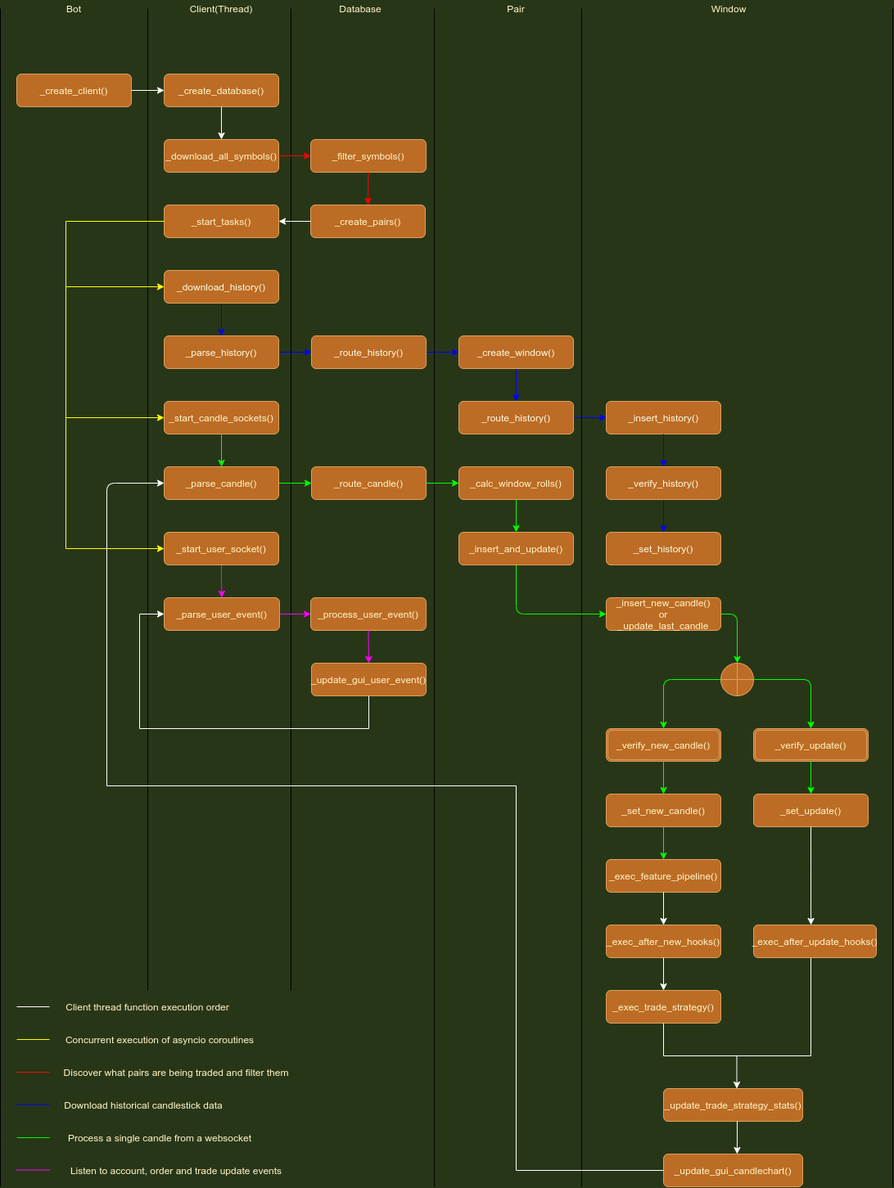
The draw.io diagram docs/bbot_internals.png in TvanMeer/bbot, before a commit. Source tidied: cells renumbered, new cells last; positions are measured from the earlier drawing's top-left corner, leaving out a move shared by most shapes.
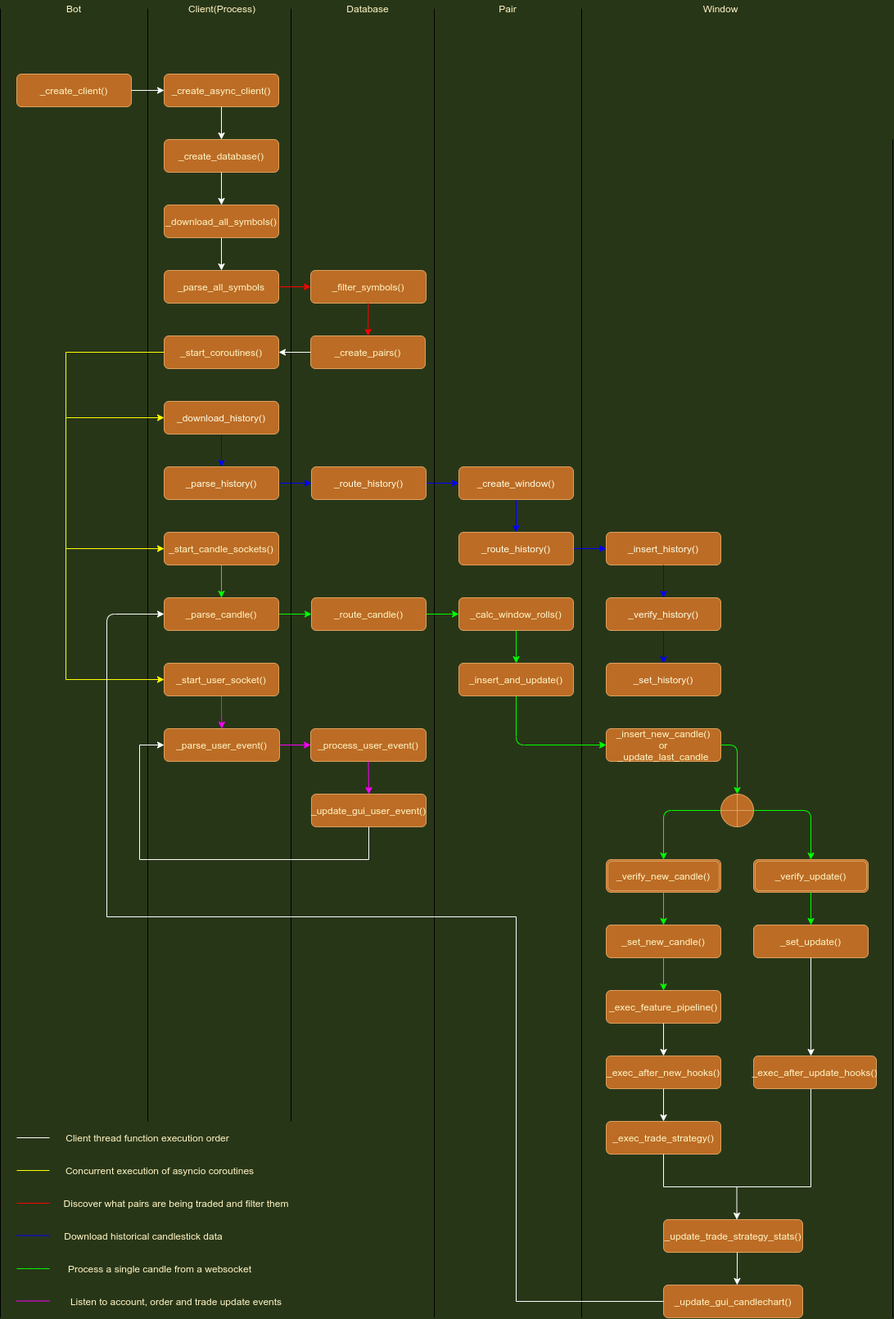
The same file after the commit.

What changed in the source:
```diff
@@ -48,31 +48,31 @@
       <mxGeometry relative="1" as="geometry" />
     </mxCell>
     <mxCell id="17" style="line;strokeWidth=1;direction=south;html=1;perimeter=backbonePerimeter;rounded=0;sketch=0;fontColor=#FEFAE0;fillColor=#BC6C25;" parent="1" vertex="1">
-      <mxGeometry x="350" y="10" width="10" height="1200" as="geometry" />
+      <mxGeometry x="350" y="-150" width="10" height="1360" as="geometry" />
     </mxCell>
     <mxCell id="18" style="endArrow=none;html=1;fontColor=#FEFAE0;fillColor=#BC6C25;" parent="1" edge="1">
       <mxGeometry relative="1" as="geometry">
         <mxPoint x="530" y="1450" as="sourcePoint" />
-        <mxPoint x="530" y="10" as="targetPoint" />
+        <mxPoint x="530" y="-150" as="targetPoint" />
       </mxGeometry>
     </mxCell>
     <mxCell id="19" style="endArrow=none;html=1;fontColor=#FEFAE0;strokeColor=#000000;fillColor=#BC6C25;" parent="1" edge="1">
       <mxGeometry relative="1" as="geometry">
         <mxPoint x="710" y="1450" as="sourcePoint" />
-        <mxPoint x="710" y="10" as="targetPoint" />
+        <mxPoint x="710" y="-150" as="targetPoint" />
       </mxGeometry>
     </mxCell>
-    <mxCell id="20" value="Client(Thread)" style="text;html=1;strokeColor=none;fillColor=none;align=center;verticalAlign=middle;whiteSpace=wrap;rounded=0;sketch=0;labelBackgroundColor=none;fontColor=#FFF4C3;strokeWidth=1;" parent="1" vertex="1">
-      <mxGeometry x="250" width="40" height="20" as="geometry" />
+    <mxCell id="20" value="Client(Process)" style="text;html=1;strokeColor=none;fillColor=none;align=center;verticalAlign=middle;whiteSpace=wrap;rounded=0;sketch=0;labelBackgroundColor=none;fontColor=#FFF4C3;strokeWidth=1;" parent="1" vertex="1">
+      <mxGeometry x="250.5" y="-160" width="40" height="20" as="geometry" />
     </mxCell>
     <mxCell id="21" value="Database" style="text;html=1;strokeColor=none;fillColor=none;align=center;verticalAlign=middle;whiteSpace=wrap;rounded=0;labelBackgroundColor=none;sketch=0;fontColor=#FFF4C3;" parent="1" vertex="1">
-      <mxGeometry x="410" width="60" height="20" as="geometry" />
+      <mxGeometry x="419" y="-160" width="60" height="20" as="geometry" />
     </mxCell>
     <mxCell id="22" value="Pair" style="text;html=1;strokeColor=none;fillColor=none;align=center;verticalAlign=middle;whiteSpace=wrap;rounded=0;labelBackgroundColor=none;sketch=0;fontColor=#FFF4C3;" parent="1" vertex="1">
-      <mxGeometry x="610" width="40" height="20" as="geometry" />
+      <mxGeometry x="600" y="-160" width="40" height="20" as="geometry" />
     </mxCell>
     <mxCell id="23" value="Window" style="text;html=1;strokeColor=none;fillColor=none;align=center;verticalAlign=middle;whiteSpace=wrap;rounded=0;labelBackgroundColor=none;sketch=0;fontColor=#FFF4C3;" parent="1" vertex="1">
-      <mxGeometry x="870" width="40" height="20" as="geometry" />
+      <mxGeometry x="860" y="-160" width="40" height="20" as="geometry" />
     </mxCell>
     <mxCell id="24" value="_start_candle_sockets()" style="rounded=1;whiteSpace=wrap;html=1;labelBackgroundColor=none;sketch=0;fontColor=#FFF4C3;strokeColor=#DDA15E;strokeWidth=1;fillColor=#BC6C25;" parent="1" vertex="1">
       <mxGeometry x="200" y="490" width="140" height="40" as="geometry" />
@@ -154,7 +154,7 @@
     <mxCell id="45" style="endArrow=none;html=1;fontColor=#FFF4C3;fillColor=#BC6C25;" parent="1" edge="1">
       <mxGeometry relative="1" as="geometry">
         <mxPoint x="180" y="1210" as="sourcePoint" />
-        <mxPoint x="180" y="10" as="targetPoint" />
+        <mxPoint x="180" y="-150" as="targetPoint" />
       </mxGeometry>
     </mxCell>
     <mxCell id="46" style="endArrow=none;html=1;fontColor=#FFF4C3;strokeColor=#000000;fillColor=#BC6C25;" parent="1" edge="1">
@@ -163,7 +163,7 @@
         <mxPoint x="1090" y="10" as="targetPoint" />
       </mxGeometry>
     </mxCell>
-    <mxCell id="47" value="_download_all_symbols()" style="rounded=1;whiteSpace=wrap;html=1;labelBackgroundColor=none;sketch=0;fontColor=#FFF4C3;strokeColor=#DDA15E;strokeWidth=1;fillColor=#BC6C25;" parent="1" vertex="1">
+    <mxCell id="47" value="_parse_all_symbols" style="rounded=1;whiteSpace=wrap;html=1;labelBackgroundColor=none;sketch=0;fontColor=#FFF4C3;strokeColor=#DDA15E;strokeWidth=1;fillColor=#BC6C25;" parent="1" vertex="1">
       <mxGeometry x="200" y="170" width="140" height="40" as="geometry" />
     </mxCell>
     <mxCell id="48" value="_filter_symbols()" style="rounded=1;whiteSpace=wrap;html=1;labelBackgroundColor=none;sketch=0;fontColor=#FFF4C3;strokeColor=#DDA15E;strokeWidth=1;fillColor=#BC6C25;" parent="1" vertex="1">
@@ -187,28 +187,28 @@
     <mxCell id="54" value="_parse_user_event()" style="rounded=1;whiteSpace=wrap;html=1;labelBackgroundColor=none;sketch=0;fontColor=#FFF4C3;strokeColor=#DDA15E;strokeWidth=1;fillColor=#BC6C25;" parent="1" vertex="1">
       <mxGeometry x="200" y="730" width="141" height="40" as="geometry" />
     </mxCell>
-    <mxCell id="55" value="_create_database()" style="rounded=1;whiteSpace=wrap;html=1;labelBackgroundColor=none;sketch=0;fontColor=#FFF4C3;strokeColor=#DDA15E;strokeWidth=1;fillColor=#BC6C25;" parent="1" vertex="1">
+    <mxCell id="55" value="_download_all_symbols()" style="rounded=1;whiteSpace=wrap;html=1;labelBackgroundColor=none;sketch=0;fontColor=#FFF4C3;strokeColor=#DDA15E;strokeWidth=1;fillColor=#BC6C25;" parent="1" vertex="1">
       <mxGeometry x="200" y="90" width="140" height="40" as="geometry" />
     </mxCell>
     <mxCell id="56" style="endArrow=classic;html=1;fontColor=#FFF4C3;fillColor=#BC6C25;entryX=0.5;entryY=0;entryDx=0;entryDy=0;exitX=0.5;exitY=1;exitDx=0;exitDy=0;strokeColor=#FFFFFF;" parent="1" edge="1" source="55" target="47">
       <mxGeometry relative="1" as="geometry" />
     </mxCell>
     <mxCell id="57" value="_create_client()" style="rounded=1;whiteSpace=wrap;html=1;labelBackgroundColor=none;sketch=0;fontColor=#FFF4C3;strokeColor=#DDA15E;strokeWidth=1;fillColor=#BC6C25;" parent="1" vertex="1">
-      <mxGeometry x="20" y="90" width="140" height="40" as="geometry" />
+      <mxGeometry x="20" y="-70" width="140" height="40" as="geometry" />
     </mxCell>
     <mxCell id="58" style="endArrow=none;html=1;fontColor=#FFF4C3;fillColor=#BC6C25;" parent="1" edge="1">
       <mxGeometry relative="1" as="geometry">
         <mxPoint y="1450" as="sourcePoint" />
-        <mxPoint y="10" as="targetPoint" />
+        <mxPoint y="-150" as="targetPoint" />
       </mxGeometry>
     </mxCell>
     <mxCell id="59" value="Bot" style="text;html=1;strokeColor=none;fillColor=none;align=center;verticalAlign=middle;whiteSpace=wrap;rounded=0;labelBackgroundColor=none;sketch=0;fontColor=#FFF4C3;" parent="1" vertex="1">
-      <mxGeometry x="70" width="40" height="20" as="geometry" />
+      <mxGeometry x="70" y="-160" width="40" height="20" as="geometry" />
     </mxCell>
-    <mxCell id="60" style="endArrow=classic;html=1;fontColor=#FFF4C3;fillColor=#BC6C25;exitX=1;exitY=0.5;exitDx=0;exitDy=0;entryX=0;entryY=0.5;entryDx=0;entryDy=0;strokeColor=#FFFFFF;" parent="1" edge="1" source="57" target="55">
+    <mxCell id="60" style="endArrow=classic;html=1;fontColor=#FFF4C3;fillColor=#BC6C25;exitX=1;exitY=0.5;exitDx=0;exitDy=0;entryX=0;entryY=0.5;entryDx=0;entryDy=0;strokeColor=#FFFFFF;" parent="1" edge="1" source="57" target="109">
       <mxGeometry relative="1" as="geometry" />
     </mxCell>
-    <mxCell id="61" value="_start_tasks()" style="rounded=1;whiteSpace=wrap;html=1;labelBackgroundColor=none;sketch=0;fontColor=#FFF4C3;strokeColor=#DDA15E;strokeWidth=1;fillColor=#BC6C25;" parent="1" vertex="1">
+    <mxCell id="61" value="_start_coroutines()" style="rounded=1;whiteSpace=wrap;html=1;labelBackgroundColor=none;sketch=0;fontColor=#FFF4C3;strokeColor=#DDA15E;strokeWidth=1;fillColor=#BC6C25;" parent="1" vertex="1">
       <mxGeometry x="200" y="250" width="140" height="40" as="geometry" />
     </mxCell>
     <mxCell id="62" style="endArrow=classic;html=1;fontColor=#FFF4C3;fillColor=#BC6C25;entryX=1;entryY=0.5;entryDx=0;entryDy=0;exitX=0;exitY=0.5;exitDx=0;exitDy=0;strokeColor=#FFFFFF;" parent="1" edge="1" source="49" target="61">
@@ -418,5 +418,17 @@
         <mxPoint x="450" y="890" as="targetPoint" />
       </mxGeometry>
     </mxCell>
+    <mxCell id="107" value="_create_database()" style="rounded=1;whiteSpace=wrap;html=1;fillColor=#BC6C25;strokeColor=#DDA15E;fontColor=#FFF4C3;" parent="1" vertex="1">
+      <mxGeometry x="200" y="10" width="140" height="40" as="geometry" />
+    </mxCell>
+    <mxCell id="108" style="endArrow=classic;html=1;fontColor=#FFF4C3;entryX=0.5;entryY=0;entryDx=0;entryDy=0;exitX=0.5;exitY=1;exitDx=0;exitDy=0;strokeColor=#FFFFFF;" parent="1" edge="1" source="107" target="55">
+      <mxGeometry relative="1" as="geometry" />
+    </mxCell>
+    <mxCell id="109" value="_create_async_client()" style="rounded=1;whiteSpace=wrap;html=1;fontColor=#FFF4C3;strokeColor=#DDA15E;fillColor=#BC6C25;" parent="1" vertex="1">
+      <mxGeometry x="200" y="-70" width="140" height="40" as="geometry" />
+    </mxCell>
+    <mxCell id="110" style="endArrow=classic;html=1;fontColor=#FFF4C3;strokeColor=#FFFFFF;entryX=0.5;entryY=0;entryDx=0;entryDy=0;exitX=0.5;exitY=1;exitDx=0;exitDy=0;" parent="1" edge="1" source="109" target="107">
+      <mxGeometry relative="1" as="geometry" />
+    </mxCell>
   </root>
 </mxGraphModel>
```
